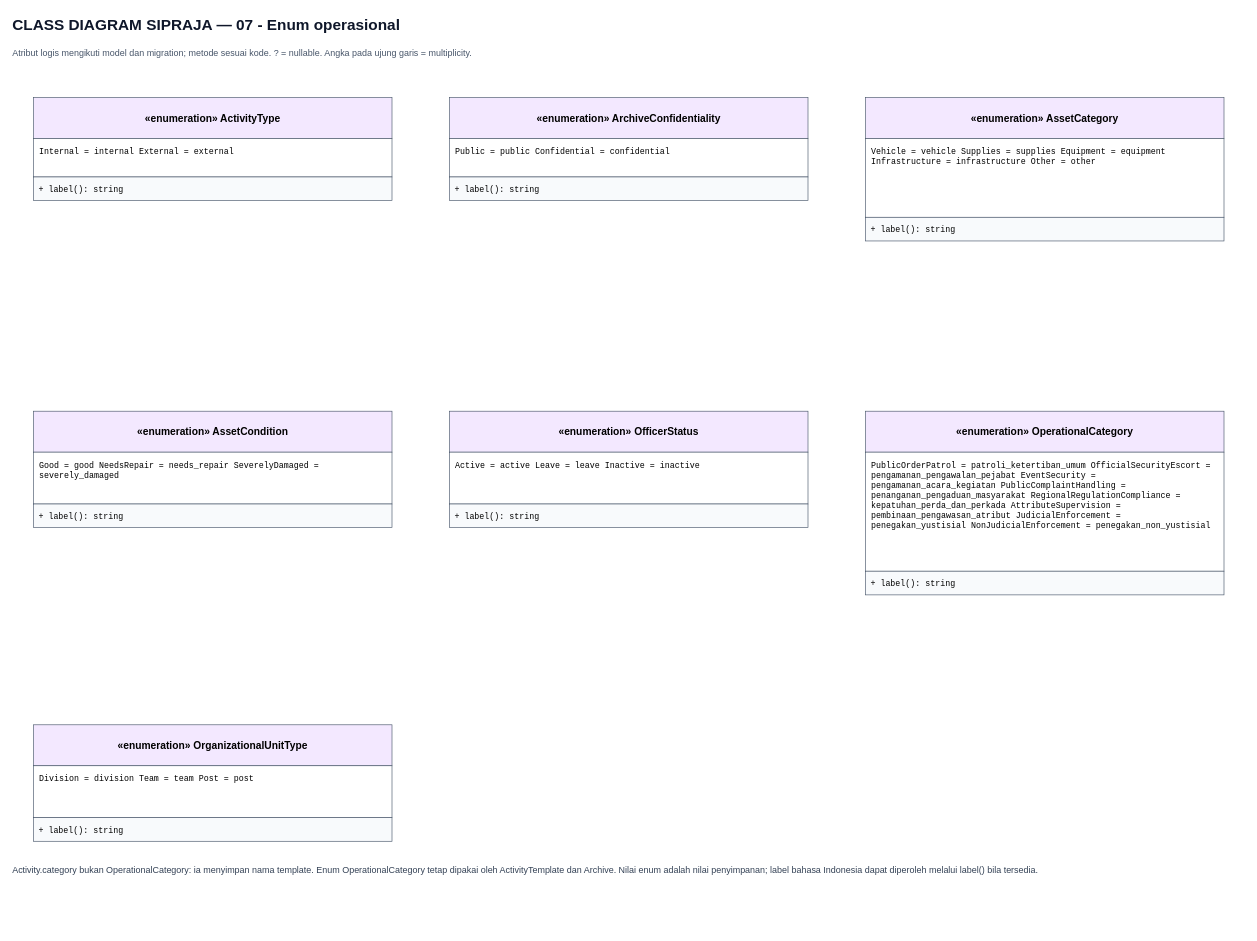
Earlier version of the draw.io diagram page "07 - Enum operasional" (7 of 7) of docs/SIPRAJA-class.drawio (Samuel-smr/Satpolpp). Source tidied: cells renumbered, new cells numbered last; positions are measured from the earlier drawing's top-left corner, leaving out a move shared by most shapes. Both pictures are drawn from the tidied source at 64%, with x=0, y=0 at pixel (11, 11).
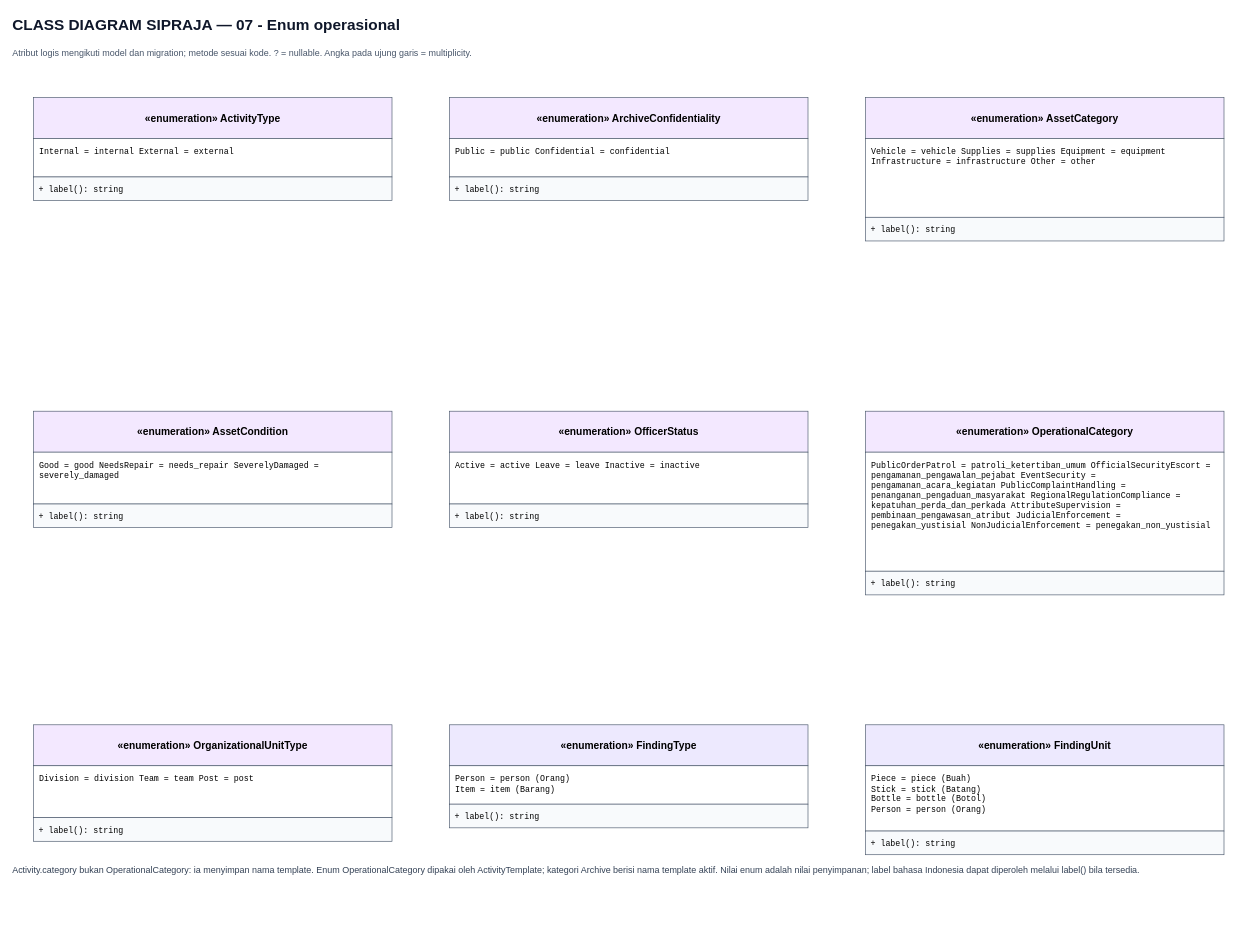
The same page after the edit.

Diff of the diagram source:
```diff
@@
-    <mxCell id="25" value="Activity.category bukan OperationalCategory: ia menyimpan nama template. Enum OperationalCategory tetap dipakai oleh ActivityTemplate dan Archive. Nilai enum adalah nilai penyimpanan; label bahasa Indonesia dapat diperoleh melalui label() bila tersedia." style="text;html=0;whiteSpace=wrap;align=left;verticalAlign=top;fontSize=14;fontColor=#334155;" parent="1" vertex="1">
+    <mxCell id="25" value="Activity.category bukan OperationalCategory: ia menyimpan nama template. Enum OperationalCategory dipakai oleh ActivityTemplate; kategori Archive berisi nama template aktif. Nilai enum adalah nilai penyimpanan; label bahasa Indonesia dapat diperoleh melalui label() bila tersedia." style="text;html=0;whiteSpace=wrap;align=left;verticalAlign=top;fontSize=14;fontColor=#334155;" parent="1" vertex="1">
       <mxGeometry y="1327" width="1930" height="110" as="geometry" />
     </mxCell>
+    <mxCell id="26" value="«enumeration» FindingType" style="rounded=0;whiteSpace=wrap;html=0;fillColor=#ede9fe;strokeColor=#475569;align=center;verticalAlign=middle;fontSize=16;fontStyle=1;" parent="1" vertex="1">
+      <mxGeometry x="685" y="1115" width="560" height="64" as="geometry" />
+    </mxCell>
+    <mxCell id="27" value="Person = person (Orang)&#10;Item = item (Barang)" style="rounded=0;whiteSpace=wrap;html=0;fillColor=#ffffff;strokeColor=#475569;align=left;verticalAlign=top;spacing=9;fontSize=13;fontFamily=Courier New;" parent="1" vertex="1">
+      <mxGeometry x="685" y="1179" width="560" height="60" as="geometry" />
+    </mxCell>
+    <mxCell id="28" value="+ label(): string" style="rounded=0;whiteSpace=wrap;html=0;fillColor=#f8fafc;strokeColor=#475569;align=left;verticalAlign=top;spacing=8;fontSize=13;fontFamily=Courier New;" parent="1" vertex="1">
+      <mxGeometry x="685" y="1239" width="560" height="37" as="geometry" />
+    </mxCell>
+    <mxCell id="29" value="«enumeration» FindingUnit" style="rounded=0;whiteSpace=wrap;html=0;fillColor=#ede9fe;strokeColor=#475569;align=center;verticalAlign=middle;fontSize=16;fontStyle=1;" parent="1" vertex="1">
+      <mxGeometry x="1335" y="1115" width="560" height="64" as="geometry" />
+    </mxCell>
+    <mxCell id="30" value="Piece = piece (Buah)&#10;Stick = stick (Batang)&#10;Bottle = bottle (Botol)&#10;Person = person (Orang)" style="rounded=0;whiteSpace=wrap;html=0;fillColor=#ffffff;strokeColor=#475569;align=left;verticalAlign=top;spacing=9;fontSize=13;fontFamily=Courier New;" parent="1" vertex="1">
+      <mxGeometry x="1335" y="1179" width="560" height="102" as="geometry" />
+    </mxCell>
+    <mxCell id="31" value="+ label(): string" style="rounded=0;whiteSpace=wrap;html=0;fillColor=#f8fafc;strokeColor=#475569;align=left;verticalAlign=top;spacing=8;fontSize=13;fontFamily=Courier New;" parent="1" vertex="1">
+      <mxGeometry x="1335" y="1281" width="560" height="37" as="geometry" />
+    </mxCell>
```
